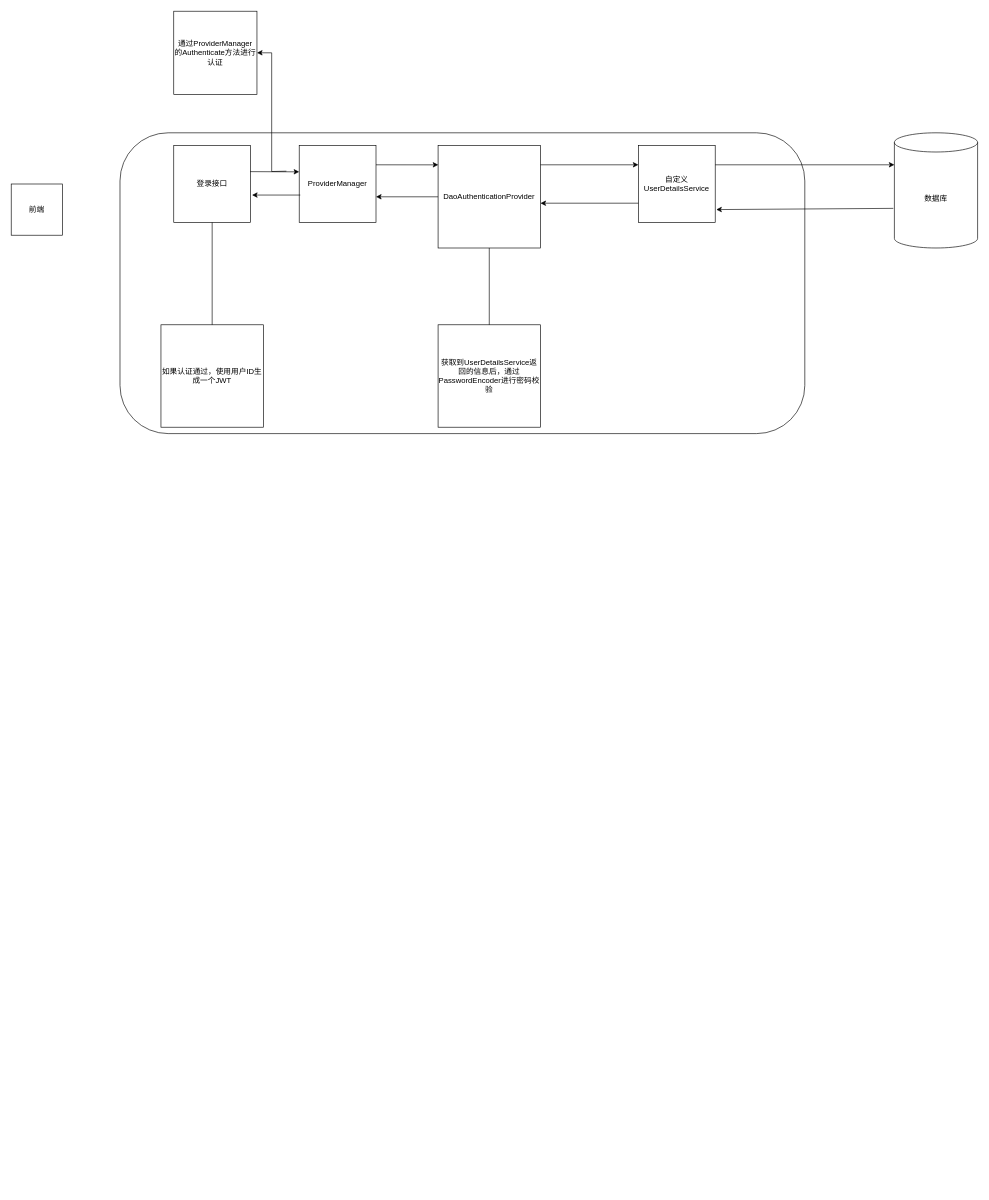
Above: mspaint/SpringSecurity流程图.drawio in D1isney/notes (draw.io), before the change. Source tidied: cells renumbered, new cells numbered last; positions are measured from the earlier drawing's top-left corner, leaving out a move shared by most shapes. Both pictures are drawn from the tidied source at 64%, with x=0, y=0 at pixel (11, 11).
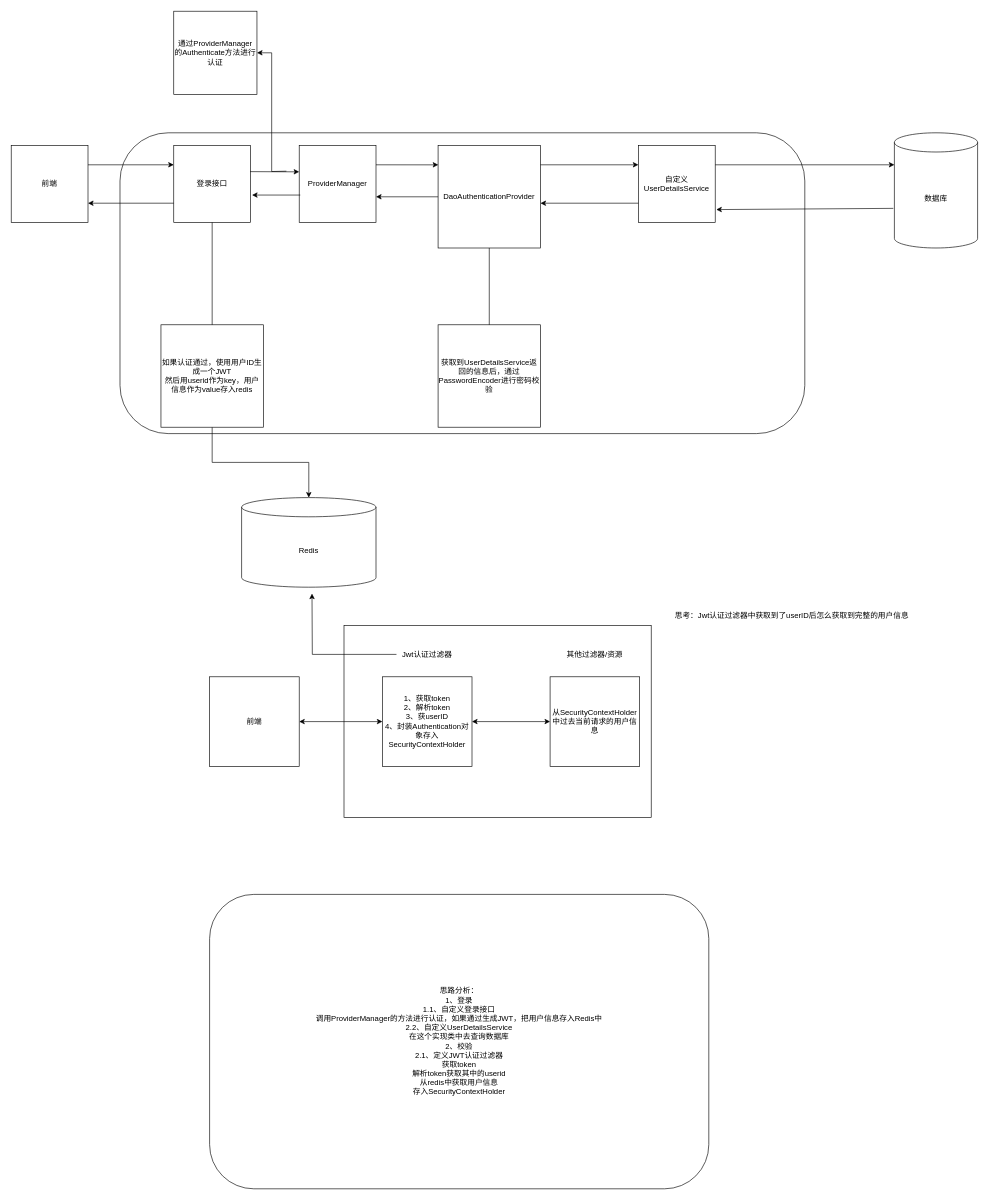
After the change.

Commit message:
更新SpringSecurity流程图.drawio

The change refers to these unchanged cells:
```xml
<mxCell id="5" value="登录接口" style="whiteSpace=wrap;html=1;" parent="1" vertex="1">
  <mxGeometry x="254" y="210" width="120" height="120" as="geometry" />
</mxCell>
```

The edit, as a diff of the source:
```diff
@@
     <mxCell id="2" value="前端" style="whiteSpace=wrap;html=1;" parent="1" vertex="1">
-      <mxGeometry y="270" width="80" height="80" as="geometry" />
+      <mxGeometry y="210" width="120" height="120" as="geometry" />
     </mxCell>
@@
+    <mxCell id="23" style="edgeStyle=orthogonalEdgeStyle;rounded=0;jettySize=auto;html=1;" parent="1" edge="1" source="10" target="36">
+      <mxGeometry relative="1" as="geometry" />
+    </mxCell>
-    <mxCell id="10" value="如果认证通过，使用用户ID生成一个JWT" style="whiteSpace=wrap;html=1;direction=south;" parent="1" vertex="1">
+    <mxCell id="10" value="如果认证通过，使用用户ID生成一个JWT&lt;div&gt;然后用userid作为key，用户信息作为value存入redis&lt;/div&gt;" style="whiteSpace=wrap;html=1;direction=south;" parent="1" vertex="1">
       <mxGeometry x="234" y="490" width="160" height="160" as="geometry" />
     </mxCell>
@@
+    <mxCell id="24" value="前端" style="whiteSpace=wrap;html=1;" parent="1" vertex="1">
+      <mxGeometry x="310" y="1040" width="140" height="140" as="geometry" />
+    </mxCell>
+    <mxCell id="25" style="endArrow=classic;html=1;rounded=0;entryX=0;entryY=0.25;entryDx=0;entryDy=0;exitX=1;exitY=0.25;exitDx=0;exitDy=0;" parent="1" edge="1" source="2" target="5">
+      <mxGeometry relative="1" as="geometry" />
+    </mxCell>
+    <mxCell id="26" style="endArrow=classic;html=1;rounded=0;exitX=0;exitY=0.75;exitDx=0;exitDy=0;entryX=1;entryY=0.75;entryDx=0;entryDy=0;" parent="1" edge="1" source="5" target="2">
+      <mxGeometry relative="1" as="geometry" />
+    </mxCell>
+    <mxCell id="27" style="rounded=0;whiteSpace=wrap;html=1;" parent="1" vertex="1">
+      <mxGeometry x="520" y="960" width="480" height="300" as="geometry" />
+    </mxCell>
+    <mxCell id="28" value="1、获取token&lt;div&gt;2、解析token&lt;/div&gt;&lt;div&gt;3、获userID&lt;/div&gt;&lt;div&gt;4、封装Authentication对象存入SecurityContextHolder&lt;/div&gt;" style="whiteSpace=wrap;html=1;" parent="1" vertex="1">
+      <mxGeometry x="580" y="1040" width="140" height="140" as="geometry" />
+    </mxCell>
+    <mxCell id="29" style="edgeStyle=orthogonalEdgeStyle;rounded=0;jettySize=auto;html=1;" parent="1" edge="1" source="30">
+      <mxGeometry relative="1" as="geometry">
+        <mxPoint x="470" y="910" as="targetPoint" />
+      </mxGeometry>
+    </mxCell>
+    <mxCell id="30" value="Jwt认证过滤器" style="text;html=1;align=center;verticalAlign=middle;whiteSpace=wrap;rounded=0;" parent="1" vertex="1">
+      <mxGeometry x="602" y="990" width="96" height="30" as="geometry" />
+    </mxCell>
+    <mxCell id="31" value="从SecurityContextHolder中过去当前请求的用户信息" style="whiteSpace=wrap;html=1;" parent="1" vertex="1">
+      <mxGeometry x="842" y="1040" width="140" height="140" as="geometry" />
+    </mxCell>
+    <mxCell id="32" value="其他过滤器/资源" style="text;html=1;align=center;verticalAlign=middle;whiteSpace=wrap;rounded=0;" parent="1" vertex="1">
+      <mxGeometry x="864" y="990" width="96" height="30" as="geometry" />
+    </mxCell>
+    <mxCell id="33" style="endArrow=classic;startArrow=classic;html=1;rounded=0;entryX=0;entryY=0.5;entryDx=0;entryDy=0;exitX=1;exitY=0.5;exitDx=0;exitDy=0;" parent="1" edge="1" source="24" target="28">
+      <mxGeometry relative="1" as="geometry" />
+    </mxCell>
+    <mxCell id="34" style="endArrow=classic;startArrow=classic;html=1;rounded=0;exitX=1;exitY=0.5;exitDx=0;exitDy=0;" parent="1" edge="1" source="28" target="31">
+      <mxGeometry relative="1" as="geometry" />
+    </mxCell>
+    <mxCell id="35" value="思考：Jwt认证过滤器中获取到了userID后怎么获取到完整的用户信息" style="text;html=1;align=center;verticalAlign=middle;whiteSpace=wrap;rounded=0;" parent="1" vertex="1">
+      <mxGeometry x="1030" y="890" width="380" height="110" as="geometry" />
+    </mxCell>
+    <mxCell id="36" value="Redis" style="shape=cylinder3;whiteSpace=wrap;html=1;boundedLbl=1;backgroundOutline=1;size=15;" parent="1" vertex="1">
+      <mxGeometry x="360" y="760" width="210" height="140" as="geometry" />
+    </mxCell>
+    <mxCell id="37" value="思路分析：&lt;div&gt;1、登录&lt;/div&gt;&lt;div&gt;1.1、自定义登录接口&lt;/div&gt;&lt;div&gt;调用ProviderManager的方法进行认证，如果通过生成JWT，把用户信息存入Redis中&lt;/div&gt;&lt;div&gt;2.2、自定义UserDetailsService&lt;/div&gt;&lt;div&gt;在这个实现类中去查询数据库&lt;/div&gt;&lt;div&gt;2、校验&lt;/div&gt;&lt;div&gt;2.1、定义JWT认证过滤器&lt;/div&gt;&lt;div&gt;获取token&lt;/div&gt;&lt;div&gt;解析token获取其中的userid&lt;/div&gt;&lt;div&gt;从redis中获取用户信息&lt;/div&gt;&lt;div&gt;存入SecurityContextHolder&lt;/div&gt;" style="rounded=1;whiteSpace=wrap;html=1;" parent="1" vertex="1">
+      <mxGeometry x="310" y="1380" width="780" height="460" as="geometry" />
+    </mxCell>
```
